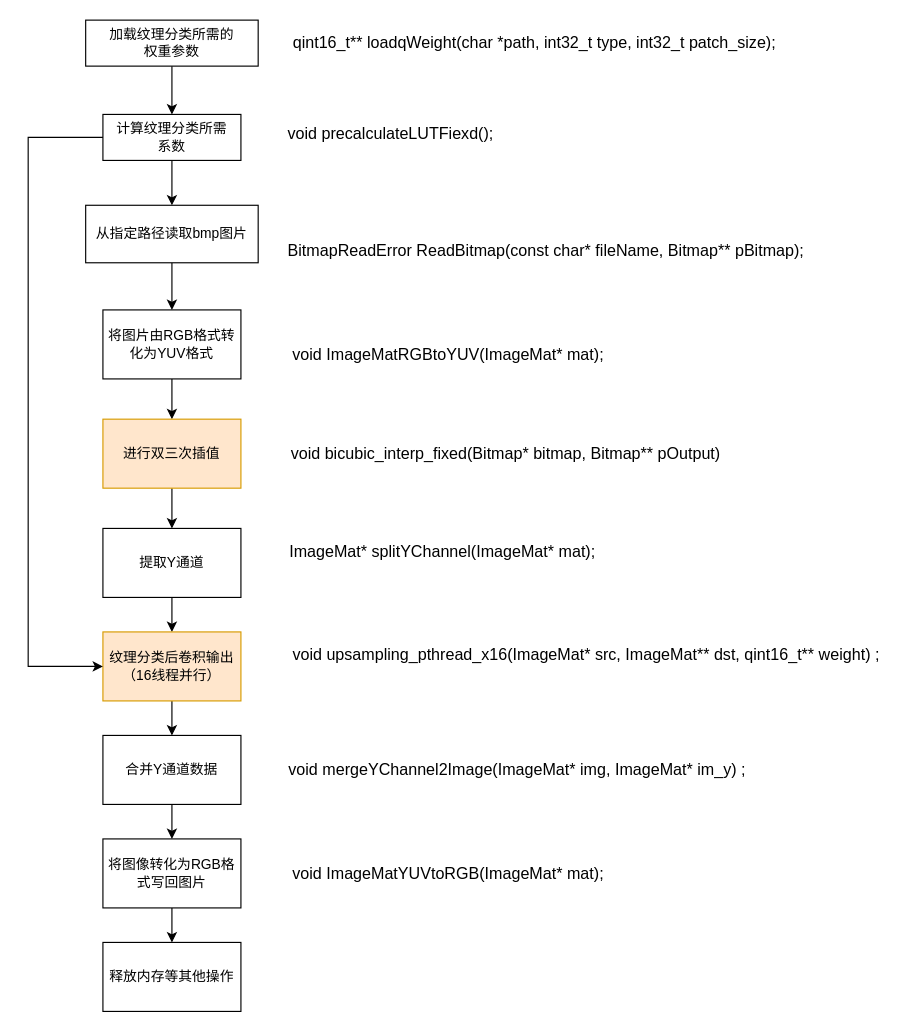
jjyy-Huang/LoG-UTE-RAISR-Doc keeps this draw.io diagram as 02 Implementation Function Description/doc-latex/pic/cmodel.drawio. Above is the earlier version. Source tidied: cells renumbered, new cells numbered last; positions are measured from the earlier drawing's top-left corner, leaving out a move shared by most shapes. Both pictures are drawn from the tidied source at 115%, with x=0, y=0 at pixel (28, 20).
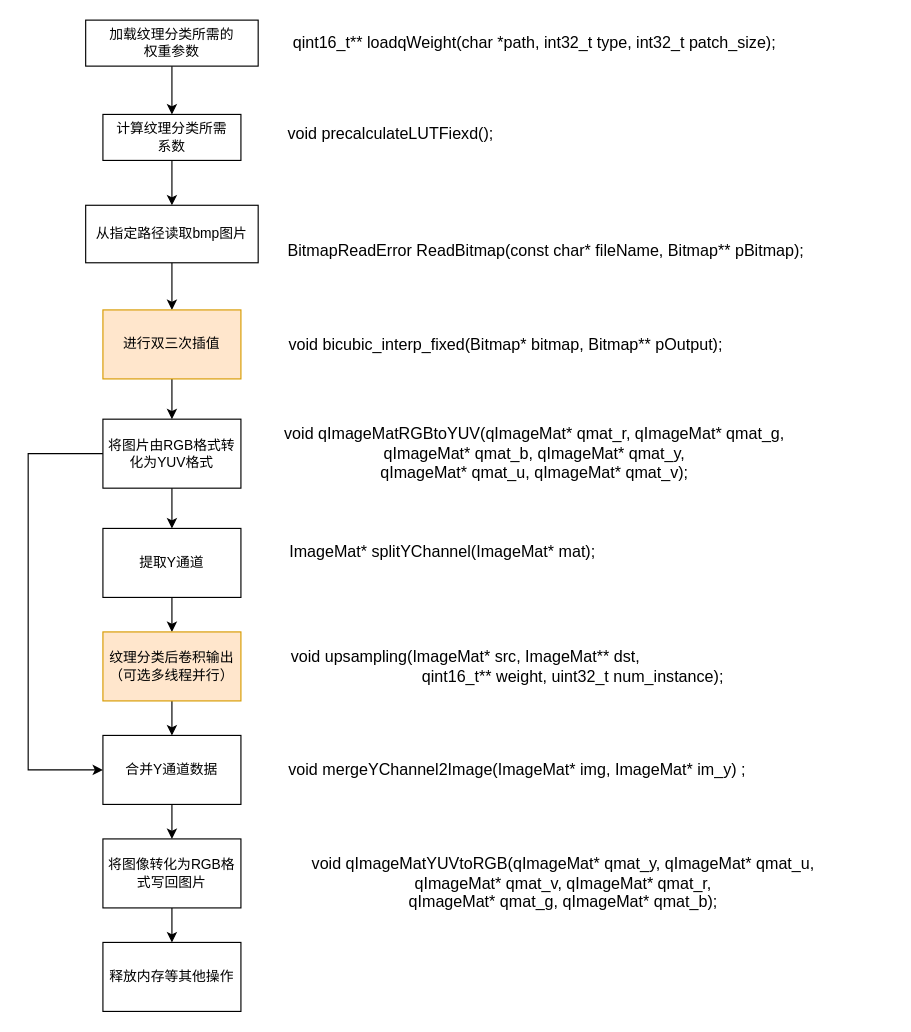
The same page after the edit.

Unchanged cells that the change refers to:
```xml
<mxCell id="5" value="计算纹理分类所需&lt;br&gt;系数" style="whiteSpace=wrap;html=1;" parent="1" vertex="1">
  <mxGeometry x="65" y="82" width="120" height="40" as="geometry" />
</mxCell>
<mxCell id="7" value="从指定路径读取bmp图片" style="whiteSpace=wrap;html=1;" parent="1" vertex="1">
  <mxGeometry x="50" y="161" width="150" height="50" as="geometry" />
</mxCell>
<mxCell id="13" value="提取Y通道" style="whiteSpace=wrap;html=1;" parent="1" vertex="1">
  <mxGeometry x="65" y="442" width="120" height="60" as="geometry" />
</mxCell>
<mxCell id="17" value="合并Y通道数据" style="whiteSpace=wrap;html=1;" parent="1" vertex="1">
  <mxGeometry x="65" y="622" width="120" height="60" as="geometry" />
</mxCell>
```

Change to the diagram source:
```diff
@@
-    <mxCell id="6" style="edgeStyle=orthogonalEdgeStyle;rounded=0;jettySize=auto;html=1;entryX=0.5;entryY=0;entryDx=0;entryDy=0;" parent="1" edge="1" source="7" target="9">
-      <mxGeometry relative="1" as="geometry" />
-    </mxCell>
+    <mxCell id="31" style="edgeStyle=orthogonalEdgeStyle;rounded=0;jettySize=auto;html=1;" parent="1" edge="1" source="7" target="11">
+      <mxGeometry relative="1" as="geometry" />
+    </mxCell>
@@
-    <mxCell id="8" style="edgeStyle=orthogonalEdgeStyle;rounded=0;jettySize=auto;html=1;entryX=0.5;entryY=0;entryDx=0;entryDy=0;" parent="1" edge="1" source="9" target="11">
-      <mxGeometry relative="1" as="geometry" />
-    </mxCell>
+    <mxCell id="32" style="edgeStyle=orthogonalEdgeStyle;rounded=0;jettySize=auto;html=1;entryX=0;entryY=0.5;entryDx=0;entryDy=0;" parent="1" edge="1" source="9" target="17">
+      <mxGeometry relative="1" as="geometry">
+        <Array as="points">
+          <mxPoint y="377" />
+          <mxPoint y="652" />
+        </Array>
+      </mxGeometry>
+    </mxCell>
     <mxCell id="9" value="将图片由RGB格式转化为YUV格式" style="whiteSpace=wrap;html=1;" parent="1" vertex="1">
-      <mxGeometry x="65" y="252" width="120" height="60" as="geometry" />
+      <mxGeometry x="65" y="347" width="120" height="60" as="geometry" />
     </mxCell>
-    <mxCell id="10" style="edgeStyle=orthogonalEdgeStyle;rounded=0;jettySize=auto;html=1;entryX=0.5;entryY=0;entryDx=0;entryDy=0;" parent="1" edge="1" source="11" target="13">
-      <mxGeometry relative="1" as="geometry" />
+    <mxCell id="10" style="edgeStyle=orthogonalEdgeStyle;rounded=0;jettySize=auto;html=1;entryX=0.5;entryY=0;entryDx=0;entryDy=0;" parent="1" edge="1" target="13">
+      <mxGeometry relative="1" as="geometry">
+        <mxPoint x="125" y="407" as="sourcePoint" />
+      </mxGeometry>
     </mxCell>
-    <mxCell id="11" value="进行双三次插值" style="whiteSpace=wrap;html=1;fillColor=#ffe6cc;strokeColor=#d79b00;" parent="1" vertex="1">
-      <mxGeometry x="65" y="347" width="120" height="60" as="geometry" />
-    </mxCell>
@@
-    <mxCell id="15" value="纹理分类后卷积输出（16线程并行）" style="whiteSpace=wrap;html=1;fillColor=#ffe6cc;strokeColor=#d79b00;" parent="1" vertex="1">
+    <mxCell id="15" value="纹理分类后卷积输出（可选多线程并行）" style="whiteSpace=wrap;html=1;fillColor=#ffe6cc;strokeColor=#d79b00;" parent="1" vertex="1">
       <mxGeometry x="65" y="532" width="120" height="60" as="geometry" />
     </mxCell>
@@
-    <mxCell id="21" style="endArrow=classic;html=1;rounded=0;exitX=0;exitY=0.5;exitDx=0;exitDy=0;entryX=0;entryY=0.5;entryDx=0;entryDy=0;" parent="1" edge="1" source="5" target="15">
-      <mxGeometry relative="1" as="geometry">
-        <Array as="points">
-          <mxPoint y="102" />
-          <mxPoint y="562" />
-        </Array>
-      </mxGeometry>
-    </mxCell>
@@
-    <mxCell id="25" value="&lt;div&gt;&lt;div&gt;&lt;font style=&quot;font-size: 14px;&quot;&gt;void ImageMatRGBtoYUV(ImageMat* mat);&lt;/font&gt;&lt;/div&gt;&lt;/div&gt;" style="text;html=1;align=center;verticalAlign=middle;strokeColor=none;fillColor=none;" parent="1" vertex="1">
-      <mxGeometry x="220" y="281" width="290" height="20" as="geometry" />
+    <mxCell id="25" value="&lt;div&gt;&lt;div&gt;&lt;font style=&quot;font-size: 14px&quot;&gt;void qImageMatRGBtoYUV(qImageMat* qmat_r, qImageMat* qmat_g, &lt;br&gt;qImageMat* qmat_b, qImageMat* qmat_y, &lt;br&gt;qImageMat* qmat_u, qImageMat* qmat_v);&lt;/font&gt;&lt;/div&gt;&lt;/div&gt;" style="text;html=1;align=center;verticalAlign=middle;strokeColor=none;fillColor=none;" parent="1" vertex="1">
+      <mxGeometry x="215" y="352" width="450" height="50" as="geometry" />
     </mxCell>
-    <mxCell id="26" value="&lt;div style=&quot;font-size: 14px;&quot;&gt;&lt;font style=&quot;font-size: 14px;&quot;&gt;void bicubic_interp_fixed(Bitmap* bitmap, Bitmap** pOutput)&lt;/font&gt;&lt;/div&gt;" style="text;html=1;align=center;verticalAlign=middle;strokeColor=none;fillColor=none;" parent="1" vertex="1">
-      <mxGeometry x="220" y="367" width="390" height="20" as="geometry" />
+    <mxCell id="26" value="&lt;div style=&quot;font-size: 14px&quot;&gt;&lt;font style=&quot;font-size: 14px&quot;&gt;void bicubic_interp_fixed(Bitmap* bitmap, Bitmap** pOutput);&lt;/font&gt;&lt;/div&gt;" style="text;html=1;align=center;verticalAlign=middle;strokeColor=none;fillColor=none;" parent="1" vertex="1">
+      <mxGeometry x="220" y="272" width="390" height="20" as="geometry" />
     </mxCell>
@@
-    <mxCell id="28" value="&lt;div&gt;&lt;font style=&quot;font-size: 14px;&quot;&gt;void upsampling_pthread_x16(ImageMat* src, ImageMat** dst, qint16_t** weight) ;&lt;/font&gt;&lt;/div&gt;" style="text;html=1;align=center;verticalAlign=middle;strokeColor=none;fillColor=none;" parent="1" vertex="1">
-      <mxGeometry x="220" y="542" width="530" height="20" as="geometry" />
+    <mxCell id="28" value="&lt;div&gt;&lt;span style=&quot;font-size: 14px&quot;&gt;void upsampling(ImageMat* src, ImageMat** dst, &lt;br&gt;&lt;span style=&quot;white-space: pre&quot;&gt;&#9;&lt;/span&gt;&lt;span style=&quot;white-space: pre&quot;&gt;&#9;&lt;/span&gt;&lt;span style=&quot;white-space: pre&quot;&gt;&#9;&lt;/span&gt;&lt;span style=&quot;white-space: pre&quot;&gt;&#9;&lt;/span&gt;&lt;span style=&quot;white-space: pre&quot;&gt;&#9;&lt;/span&gt;&lt;span style=&quot;white-space: pre&quot;&gt;&#9;&lt;/span&gt;qint16_t** weight, uint32_t num_instance);&lt;/span&gt;&lt;br&gt;&lt;/div&gt;" style="text;html=1;align=center;verticalAlign=middle;strokeColor=none;fillColor=none;" parent="1" vertex="1">
+      <mxGeometry x="150" y="542" width="460" height="40" as="geometry" />
     </mxCell>
@@
-    <mxCell id="30" value="&lt;div&gt;&lt;font style=&quot;font-size: 14px;&quot;&gt;void ImageMatYUVtoRGB(ImageMat* mat);&lt;/font&gt;&lt;/div&gt;" style="text;html=1;align=center;verticalAlign=middle;strokeColor=none;fillColor=none;" parent="1" vertex="1">
-      <mxGeometry x="220" y="732" width="290" height="20" as="geometry" />
+    <mxCell id="30" value="&lt;div&gt;&lt;span style=&quot;font-size: 14px&quot;&gt;&lt;br&gt;&lt;/span&gt;&lt;/div&gt;&lt;div&gt;&lt;span style=&quot;font-size: 14px&quot;&gt;void qImageMatYUVtoRGB(qImageMat* qmat_y, qImageMat* qmat_u,&lt;br&gt;qImageMat* qmat_v, qImageMat* qmat_r,&lt;br&gt;qImageMat* qmat_g, qImageMat* qmat_b);&lt;/span&gt;&lt;/div&gt;" style="text;html=1;align=center;verticalAlign=middle;strokeColor=none;fillColor=none;" parent="1" vertex="1">
+      <mxGeometry x="240" y="707" width="450" height="70" as="geometry" />
     </mxCell>
+    <mxCell id="33" style="edgeStyle=orthogonalEdgeStyle;rounded=0;jettySize=auto;html=1;" parent="1" edge="1" source="11" target="9">
+      <mxGeometry relative="1" as="geometry" />
+    </mxCell>
+    <mxCell id="11" value="进行双三次插值" style="whiteSpace=wrap;html=1;fillColor=#ffe6cc;strokeColor=#d79b00;" parent="1" vertex="1">
+      <mxGeometry x="65" y="252" width="120" height="60" as="geometry" />
+    </mxCell>
```
